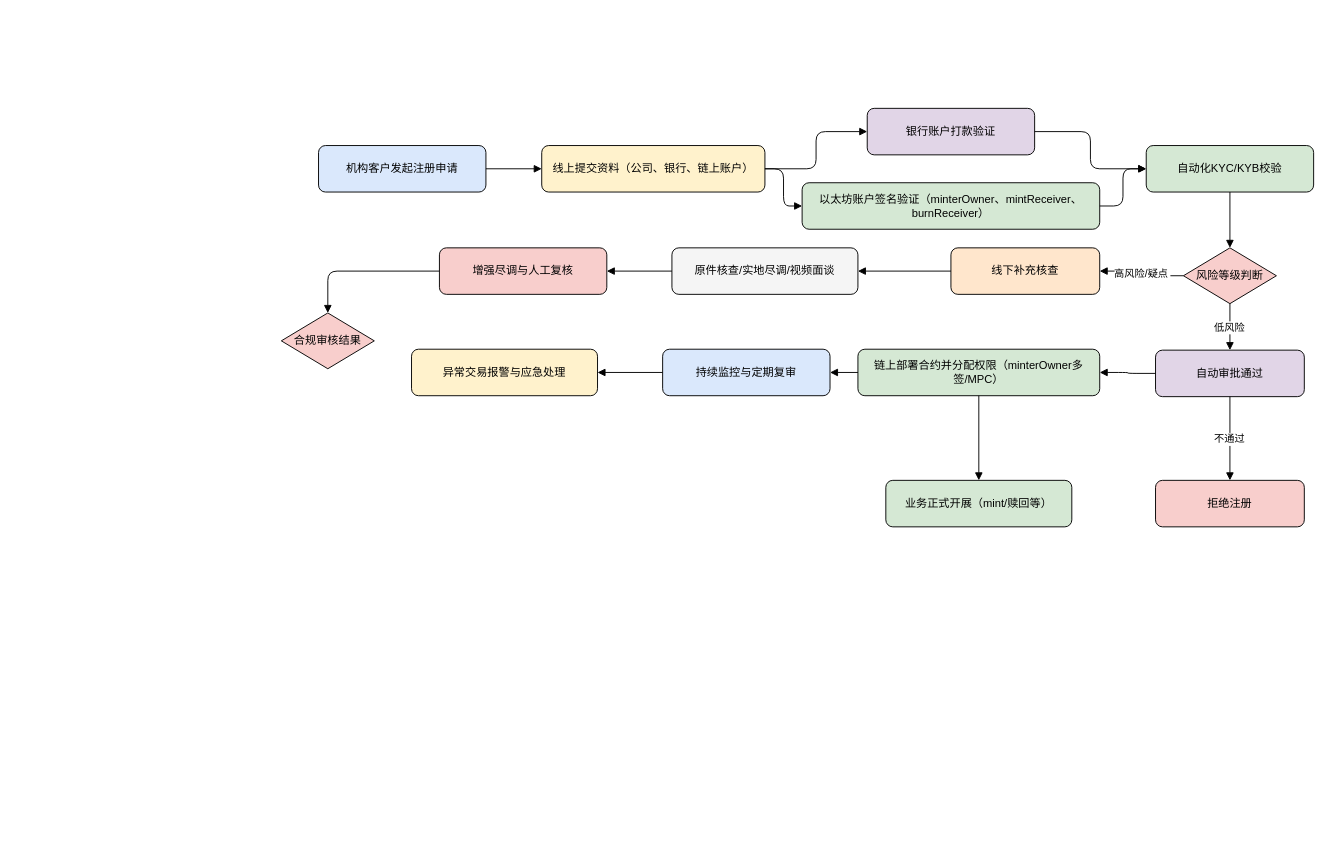
Before: sc.drawio in mingzhenliu/doc, a draw.io diagram. Source tidied: cells renumbered, new cells numbered last; positions are measured from the earlier drawing's top-left corner, leaving out a move shared by most shapes. Both pictures are drawn from the tidied source at 93%, with x=0, y=0 at pixel (281, 108).
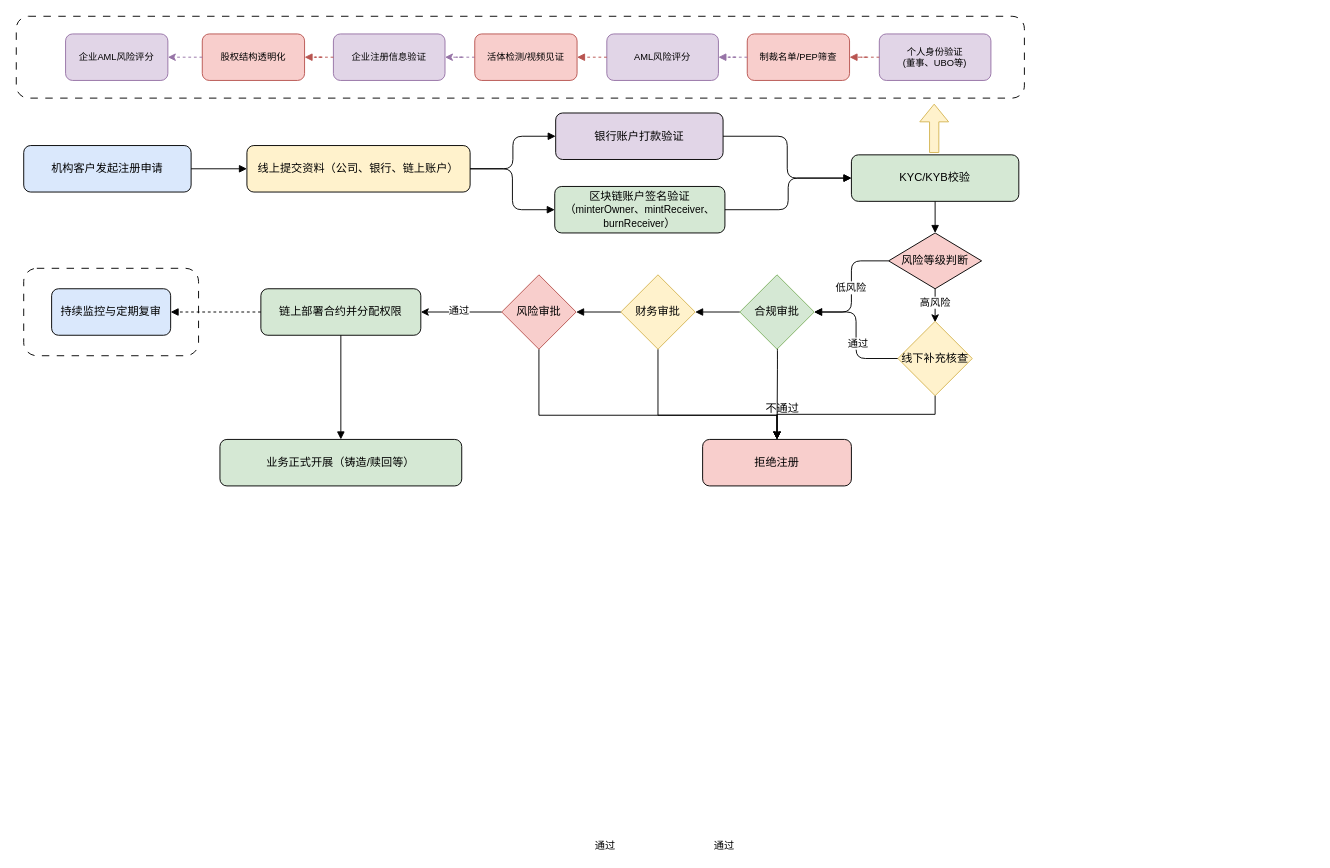
The same page after the edit.

The edit, as a diff of the source:
```diff
@@
+    <mxCell id="34" style="rounded=1;whiteSpace=wrap;html=1;dashed=1;dashPattern=8 8;" parent="1" vertex="1">
+      <mxGeometry x="-277" y="172" width="188" height="94" as="geometry" />
+    </mxCell>
+    <mxCell id="35" style="rounded=1;whiteSpace=wrap;html=1;dashed=1;dashPattern=8 8;" parent="1" vertex="1">
+      <mxGeometry x="-285" y="-99" width="1084" height="88" as="geometry" />
+    </mxCell>
     <mxCell id="2" value="机构客户发起注册申请" style="rounded=1;whiteSpace=wrap;html=1;fillColor=#dae8fc;" parent="1" vertex="1">
-      <mxGeometry x="40" y="40" width="180" height="50" as="geometry" />
+      <mxGeometry x="-277" y="40" width="180" height="50" as="geometry" />
     </mxCell>
     <mxCell id="3" value="线上提交资料（公司、银行、链上账户）" style="rounded=1;whiteSpace=wrap;html=1;fillColor=#fff2cc;" parent="1" vertex="1">
-      <mxGeometry x="280" y="40" width="240" height="50" as="geometry" />
+      <mxGeometry x="-37" y="40" width="240" height="50" as="geometry" />
     </mxCell>
-    <mxCell id="4" value="银行账户打款验证" style="rounded=1;whiteSpace=wrap;html=1;fillColor=#e1d5e7;" parent="1" vertex="1">
-      <mxGeometry x="630" width="180" height="50" as="geometry" />
+    <mxCell id="4" value="银行账户打款验证" style="rounded=1;whiteSpace=wrap;html=1;fillColor=#e1d5e7;flipH=1;" parent="1" vertex="1">
+      <mxGeometry x="295" y="5" width="180" height="50" as="geometry" />
     </mxCell>
-    <mxCell id="5" value="以太坊账户签名验证（minterOwner、mintReceiver、burnReceiver）" style="rounded=1;whiteSpace=wrap;html=1;fillColor=#d5e8d4;" parent="1" vertex="1">
-      <mxGeometry x="560" y="80" width="320" height="50" as="geometry" />
+    <mxCell id="5" value="区块链账户签名验证&lt;div&gt;（&lt;span style=&quot;font-size: 11px;&quot;&gt;minterOwner、mintReceiver、&lt;/span&gt;&lt;br style=&quot;font-size: 11px;&quot;&gt;&lt;span style=&quot;font-size: 11px;&quot;&gt;burnReceiver&lt;/span&gt;）&lt;/div&gt;" style="rounded=1;whiteSpace=wrap;html=1;fillColor=#d5e8d4;flipH=1;" parent="1" vertex="1">
+      <mxGeometry x="294" y="84" width="183" height="50" as="geometry" />
     </mxCell>
-    <mxCell id="6" value="自动化KYC/KYB校验" style="rounded=1;whiteSpace=wrap;html=1;fillColor=#d5e8d4;" parent="1" vertex="1">
-      <mxGeometry x="930" y="40" width="180" height="50" as="geometry" />
+    <mxCell id="6" value="KYC/KYB校验" style="rounded=1;whiteSpace=wrap;html=1;fillColor=#d5e8d4;" parent="1" vertex="1">
+      <mxGeometry x="613" y="50" width="180" height="50" as="geometry" />
     </mxCell>
+    <mxCell id="36" style="edgeStyle=orthogonalEdgeStyle;rounded=0;jettySize=auto;html=1;entryX=0.5;entryY=0;entryDx=0;entryDy=0;" parent="1" edge="1" source="7">
+      <mxGeometry relative="1" as="geometry">
+        <mxPoint x="703" y="230" as="targetPoint" />
+      </mxGeometry>
+    </mxCell>
+    <mxCell id="37" value="高风险" style="edgeLabel;html=1;align=center;verticalAlign=middle;" parent="36" vertex="1">
+      <mxGeometry x="-0.21" y="-1" relative="1" as="geometry" />
+    </mxCell>
     <mxCell id="7" value="风险等级判断" style="rhombus;whiteSpace=wrap;html=1;fillColor=#f8cecc;" parent="1" vertex="1">
-      <mxGeometry x="970" y="150" width="100" height="60" as="geometry" />
+      <mxGeometry x="653" y="134" width="100" height="60" as="geometry" />
     </mxCell>
-    <mxCell id="8" value="自动审批通过" style="rounded=1;whiteSpace=wrap;html=1;fillColor=#e1d5e7;" parent="1" vertex="1">
-      <mxGeometry x="940" y="260" width="160" height="50" as="geometry" />
-    </mxCell>
-    <mxCell id="9" value="线下补充核查" style="rounded=1;whiteSpace=wrap;html=1;fillColor=#ffe6cc;" parent="1" vertex="1">
-      <mxGeometry x="720" y="150" width="160" height="50" as="geometry" />
-    </mxCell>
-    <mxCell id="10" value="原件核查/实地尽调/视频面谈" style="rounded=1;whiteSpace=wrap;html=1;fillColor=#f5f5f5;" parent="1" vertex="1">
-      <mxGeometry x="420" y="150" width="200" height="50" as="geometry" />
-    </mxCell>
-    <mxCell id="11" value="增强尽调与人工复核" style="rounded=1;whiteSpace=wrap;html=1;fillColor=#f8cecc;" parent="1" vertex="1">
-      <mxGeometry x="170" y="150" width="180" height="50" as="geometry" />
-    </mxCell>
-    <mxCell id="12" value="合规审核结果" style="rhombus;whiteSpace=wrap;html=1;fillColor=#f8cecc;" parent="1" vertex="1">
-      <mxGeometry y="220" width="100" height="60" as="geometry" />
-    </mxCell>
-    <mxCell id="13" value="链上部署合约并分配权限（minterOwner多签/MPC）" style="rounded=1;whiteSpace=wrap;html=1;fillColor=#d5e8d4;" parent="1" vertex="1">
-      <mxGeometry x="620" y="259" width="260" height="50" as="geometry" />
+    <mxCell id="13" value="链上部署合约并分配权限" style="rounded=1;whiteSpace=wrap;html=1;fillColor=#d5e8d4;" parent="1" vertex="1">
+      <mxGeometry x="-22" y="194" width="172" height="50" as="geometry" />
     </mxCell>
     <mxCell id="14" value="拒绝注册" style="rounded=1;whiteSpace=wrap;html=1;fillColor=#f8cecc;" parent="1" vertex="1">
-      <mxGeometry x="940" y="400" width="160" height="50" as="geometry" />
+      <mxGeometry x="453" y="356" width="160" height="50" as="geometry" />
     </mxCell>
     <mxCell id="15" value="持续监控与定期复审" style="rounded=1;whiteSpace=wrap;html=1;fillColor=#dae8fc;" parent="1" vertex="1">
-      <mxGeometry x="410" y="259" width="180" height="50" as="geometry" />
+      <mxGeometry x="-247" y="194" width="128" height="50" as="geometry" />
     </mxCell>
-    <mxCell id="16" value="异常交易报警与应急处理" style="rounded=1;whiteSpace=wrap;html=1;fillColor=#fff2cc;" parent="1" vertex="1">
-      <mxGeometry x="140" y="259" width="200" height="50" as="geometry" />
-    </mxCell>
-    <mxCell id="17" value="业务正式开展（mint/赎回等）" style="rounded=1;whiteSpace=wrap;html=1;fillColor=#d5e8d4;" parent="1" vertex="1">
-      <mxGeometry x="650" y="400" width="200" height="50" as="geometry" />
+    <mxCell id="17" value="业务正式开展（铸造/赎回等）" style="rounded=1;whiteSpace=wrap;html=1;fillColor=#d5e8d4;" parent="1" vertex="1">
+      <mxGeometry x="-66" y="356" width="260" height="50" as="geometry" />
     </mxCell>
@@
-    <mxCell id="24" value="低风险" style="edgeStyle=orthogonalEdgeStyle;endArrow=block;endFill=1;" parent="1" edge="1" source="7" target="8">
+    <mxCell id="24" value="低风险" style="edgeStyle=orthogonalEdgeStyle;endArrow=block;endFill=1;entryX=1;entryY=0.5;entryDx=0;entryDy=0;exitX=0;exitY=0.5;exitDx=0;exitDy=0;" parent="1" edge="1" source="7" target="41">
       <mxGeometry relative="1" as="geometry" />
     </mxCell>
-    <mxCell id="25" value="高风险/疑点" style="edgeStyle=orthogonalEdgeStyle;endArrow=block;endFill=1;" parent="1" edge="1" source="7" target="9">
-      <mxGeometry relative="1" as="geometry" />
-    </mxCell>
-    <mxCell id="26" style="edgeStyle=orthogonalEdgeStyle;endArrow=block;endFill=1;" parent="1" edge="1" source="9" target="10">
-      <mxGeometry relative="1" as="geometry" />
-    </mxCell>
-    <mxCell id="27" style="edgeStyle=orthogonalEdgeStyle;endArrow=block;endFill=1;" parent="1" edge="1" source="10" target="11">
-      <mxGeometry relative="1" as="geometry" />
-    </mxCell>
-    <mxCell id="28" style="edgeStyle=orthogonalEdgeStyle;endArrow=block;endFill=1;" parent="1" edge="1" source="11" target="12">
-      <mxGeometry relative="1" as="geometry" />
-    </mxCell>
-    <mxCell id="29" value="不通过" style="edgeStyle=orthogonalEdgeStyle;endArrow=block;endFill=1;exitX=0.5;exitY=1;exitDx=0;exitDy=0;" parent="1" edge="1" source="8" target="14">
-      <mxGeometry relative="1" as="geometry" />
+    <mxCell id="29" style="edgeStyle=orthogonalEdgeStyle;endArrow=block;endFill=1;exitX=0.5;exitY=1;exitDx=0;exitDy=0;" parent="1" edge="1" target="14">
+      <mxGeometry relative="1" as="geometry">
+        <mxPoint x="533" y="184" as="sourcePoint" />
+      </mxGeometry>
     </mxCell>
-    <mxCell id="30" style="edgeStyle=orthogonalEdgeStyle;endArrow=block;endFill=1;" parent="1" edge="1" source="8" target="13">
+    <mxCell id="30" style="edgeStyle=orthogonalEdgeStyle;endArrow=block;endFill=1;entryX=1;entryY=0.5;entryDx=0;entryDy=0;exitX=0;exitY=0.5;exitDx=0;exitDy=0;" parent="1" edge="1" source="41" target="40">
       <mxGeometry relative="1" as="geometry" />
     </mxCell>
+    <mxCell id="38" value="通过" style="edgeLabel;html=1;align=center;verticalAlign=middle;" parent="30" vertex="1">
+      <mxGeometry x="-0.19" y="573" relative="1" as="geometry">
+        <mxPoint x="1" as="offset" />
+      </mxGeometry>
+    </mxCell>
-    <mxCell id="31" style="edgeStyle=orthogonalEdgeStyle;endArrow=block;endFill=1;" parent="1" edge="1" source="13" target="15">
+    <mxCell id="31" style="edgeStyle=orthogonalEdgeStyle;endArrow=block;endFill=1;entryX=1;entryY=0.5;entryDx=0;entryDy=0;dashed=1;" parent="1" edge="1" source="13" target="15">
       <mxGeometry relative="1" as="geometry" />
     </mxCell>
-    <mxCell id="32" style="edgeStyle=orthogonalEdgeStyle;endArrow=block;endFill=1;" parent="1" edge="1" source="15" target="16">
-      <mxGeometry relative="1" as="geometry" />
-    </mxCell>
@@
+    <mxCell id="39" style="edgeStyle=orthogonalEdgeStyle;rounded=0;jettySize=auto;html=1;entryX=0.5;entryY=0;entryDx=0;entryDy=0;exitX=0.5;exitY=1;exitDx=0;exitDy=0;" parent="1" edge="1" source="40" target="14">
+      <mxGeometry relative="1" as="geometry">
+        <Array as="points">
+          <mxPoint x="405" y="330" />
+          <mxPoint x="533" y="330" />
+        </Array>
+      </mxGeometry>
+    </mxCell>
+    <mxCell id="40" value="财务审批" style="rhombus;whiteSpace=wrap;html=1;fillColor=#fff2cc;strokeColor=#d6b656;" parent="1" vertex="1">
+      <mxGeometry x="365" y="179" width="80" height="80" as="geometry" />
+    </mxCell>
+    <mxCell id="41" value="合规审批" style="rhombus;whiteSpace=wrap;html=1;fillColor=#d5e8d4;strokeColor=#82b366;" parent="1" vertex="1">
+      <mxGeometry x="493" y="179" width="80" height="80" as="geometry" />
+    </mxCell>
+    <mxCell id="42" style="edgeStyle=orthogonalEdgeStyle;rounded=0;jettySize=auto;html=1;entryX=0.5;entryY=0;entryDx=0;entryDy=0;" parent="1" edge="1" source="45" target="14">
+      <mxGeometry relative="1" as="geometry">
+        <Array as="points">
+          <mxPoint x="277" y="330" />
+          <mxPoint x="533" y="330" />
+        </Array>
+      </mxGeometry>
+    </mxCell>
+    <mxCell id="43" style="edgeStyle=orthogonalEdgeStyle;rounded=0;jettySize=auto;html=1;" parent="1" edge="1" source="45" target="13">
+      <mxGeometry relative="1" as="geometry" />
+    </mxCell>
+    <mxCell id="44" value="通过" style="edgeLabel;html=1;align=center;verticalAlign=middle;" parent="43" vertex="1">
+      <mxGeometry x="0.07" y="-2" relative="1" as="geometry" />
+    </mxCell>
+    <mxCell id="45" value="风险审批" style="rhombus;whiteSpace=wrap;html=1;fillColor=#f8cecc;strokeColor=#b85450;" parent="1" vertex="1">
+      <mxGeometry x="237" y="179" width="80" height="80" as="geometry" />
+    </mxCell>
+    <mxCell id="46" style="edgeStyle=orthogonalEdgeStyle;endArrow=block;endFill=1;" parent="1" edge="1" source="40" target="45">
+      <mxGeometry relative="1" as="geometry" />
+    </mxCell>
+    <mxCell id="47" value="通过" style="edgeLabel;html=1;align=center;verticalAlign=middle;" parent="46" vertex="1">
+      <mxGeometry x="-0.19" y="573" relative="1" as="geometry">
+        <mxPoint x="1" as="offset" />
+      </mxGeometry>
+    </mxCell>
+    <mxCell id="48" value="个人身份验证&#10;(董事、UBO等)" style="rounded=1;whiteSpace=wrap;html=1;fillColor=#e1d5e7;strokeColor=#9673a6;fontSize=10;" parent="1" vertex="1">
+      <mxGeometry x="643" y="-80" width="120" height="50" as="geometry" />
+    </mxCell>
+    <mxCell id="49" value="制裁名单/PEP筛查" style="rounded=1;whiteSpace=wrap;html=1;fillColor=#f8cecc;strokeColor=#b85450;fontSize=10;" parent="1" vertex="1">
+      <mxGeometry x="501" y="-80" width="110" height="50" as="geometry" />
+    </mxCell>
+    <mxCell id="50" value="企业注册信息验证" style="rounded=1;whiteSpace=wrap;html=1;fillColor=#e1d5e7;strokeColor=#9673a6;fontSize=10;" parent="1" vertex="1">
+      <mxGeometry x="56" y="-80" width="120" height="50" as="geometry" />
+    </mxCell>
+    <mxCell id="51" value="股权结构透明化" style="rounded=1;whiteSpace=wrap;html=1;fillColor=#f8cecc;strokeColor=#b85450;fontSize=10;" parent="1" vertex="1">
+      <mxGeometry x="-85" y="-80" width="110" height="50" as="geometry" />
+    </mxCell>
+    <mxCell id="52" style="edgeStyle=orthogonalEdgeStyle;rounded=0;jettySize=auto;html=1;endArrow=block;endFill=1;strokeColor=#b85450;dashed=1;" parent="1" edge="1" source="48" target="49">
+      <mxGeometry relative="1" as="geometry" />
+    </mxCell>
+    <mxCell id="53" style="edgeStyle=orthogonalEdgeStyle;rounded=0;jettySize=auto;html=1;endArrow=block;endFill=1;strokeColor=#9673a6;dashed=1;entryX=1;entryY=0.5;entryDx=0;entryDy=0;" parent="1" edge="1" source="49" target="55">
+      <mxGeometry relative="1" as="geometry" />
+    </mxCell>
+    <mxCell id="54" style="edgeStyle=orthogonalEdgeStyle;rounded=0;jettySize=auto;html=1;endArrow=block;endFill=1;strokeColor=#b85450;dashed=1;" parent="1" edge="1" source="50" target="51">
+      <mxGeometry relative="1" as="geometry" />
+    </mxCell>
+    <mxCell id="55" value="AML风险评分" style="rounded=1;whiteSpace=wrap;html=1;fillColor=#e1d5e7;strokeColor=#9673a6;fontSize=10;" parent="1" vertex="1">
+      <mxGeometry x="350" y="-80" width="120" height="50" as="geometry" />
+    </mxCell>
+    <mxCell id="56" style="edgeStyle=orthogonalEdgeStyle;rounded=0;jettySize=auto;html=1;endArrow=block;endFill=1;strokeColor=#b85450;dashed=1;exitX=0;exitY=0.5;exitDx=0;exitDy=0;entryX=1;entryY=0.5;entryDx=0;entryDy=0;" parent="1" edge="1" source="55" target="58">
+      <mxGeometry relative="1" as="geometry" />
+    </mxCell>
+    <mxCell id="57" style="edgeStyle=orthogonalEdgeStyle;rounded=0;jettySize=auto;html=1;entryX=1;entryY=0.5;entryDx=0;entryDy=0;fillColor=#e1d5e7;strokeColor=#9673a6;dashed=1;" parent="1" edge="1" source="58" target="50">
+      <mxGeometry relative="1" as="geometry" />
+    </mxCell>
+    <mxCell id="58" value="活体检测/视频见证" style="rounded=1;whiteSpace=wrap;html=1;fillColor=#f8cecc;strokeColor=#b85450;fontSize=10;" parent="1" vertex="1">
+      <mxGeometry x="208" y="-80" width="110" height="50" as="geometry" />
+    </mxCell>
+    <mxCell id="59" value="企业AML风险评分" style="rounded=1;whiteSpace=wrap;html=1;fillColor=#e1d5e7;strokeColor=#9673a6;fontSize=10;" parent="1" vertex="1">
+      <mxGeometry x="-232" y="-80" width="110" height="50" as="geometry" />
+    </mxCell>
+    <mxCell id="60" style="shape=flexArrow;endArrow=classic;html=1;rounded=0;fillColor=#fff2cc;strokeColor=#d6b656;" parent="1" edge="1">
+      <mxGeometry relative="1" as="geometry">
+        <mxPoint x="702" y="48" as="sourcePoint" />
+        <mxPoint x="702" y="-5" as="targetPoint" />
+      </mxGeometry>
+    </mxCell>
+    <mxCell id="61" style="edgeStyle=orthogonalEdgeStyle;rounded=0;jettySize=auto;html=1;entryX=1;entryY=0.5;entryDx=0;entryDy=0;fillColor=#e1d5e7;strokeColor=#9673a6;dashed=1;exitX=0;exitY=0.5;exitDx=0;exitDy=0;" parent="1" edge="1" source="51" target="59">
+      <mxGeometry relative="1" as="geometry" />
+    </mxCell>
+    <mxCell id="62" style="edgeStyle=orthogonalEdgeStyle;rounded=1;jettySize=auto;html=1;entryX=1;entryY=0.5;entryDx=0;entryDy=0;curved=0;" parent="1" edge="1" source="9" target="41">
+      <mxGeometry relative="1" as="geometry" />
+    </mxCell>
+    <mxCell id="63" value="通过" style="edgeLabel;html=1;align=center;verticalAlign=middle;" parent="62" vertex="1">
+      <mxGeometry x="-0.1" y="-1" relative="1" as="geometry">
+        <mxPoint y="1" as="offset" />
+      </mxGeometry>
+    </mxCell>
+    <mxCell id="9" value="线下补充核查" style="rhombus;whiteSpace=wrap;html=1;fillColor=#fff2cc;strokeColor=#d6b656;" parent="1" vertex="1">
+      <mxGeometry x="663" y="229" width="80" height="80" as="geometry" />
+    </mxCell>
+    <mxCell id="64" style="edgeStyle=orthogonalEdgeStyle;rounded=0;jettySize=auto;html=1;entryX=0.5;entryY=0;entryDx=0;entryDy=0;exitX=0.5;exitY=1;exitDx=0;exitDy=0;" parent="1" edge="1" source="9" target="14">
+      <mxGeometry relative="1" as="geometry">
+        <Array as="points">
+          <mxPoint x="703" y="329" />
+          <mxPoint x="533" y="329" />
+        </Array>
+      </mxGeometry>
+    </mxCell>
+    <mxCell id="65" value="不通过" style="text;html=1;align=center;verticalAlign=middle;whiteSpace=wrap;rounded=0;" parent="1" vertex="1">
+      <mxGeometry x="509" y="308" width="60" height="30" as="geometry" />
+    </mxCell>
```
